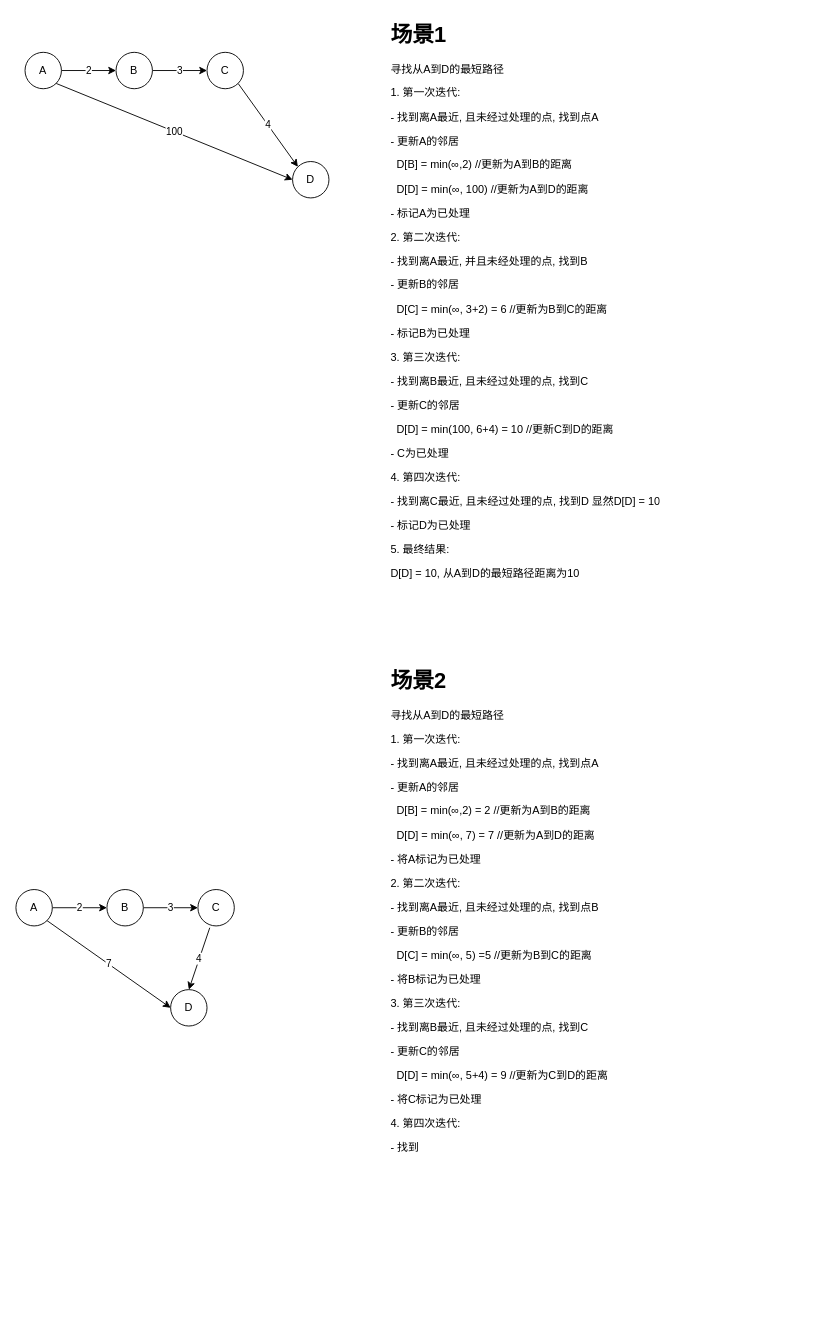
yuhang9580/drawio keeps this draw.io diagram as graph.drawio. Above is the earlier version. Source tidied: cells renumbered, new cells numbered last; positions are measured from the earlier drawing's top-left corner, leaving out a move shared by most shapes. Both pictures are drawn from the tidied source at 91%, with x=0, y=0 at pixel (15, 15).
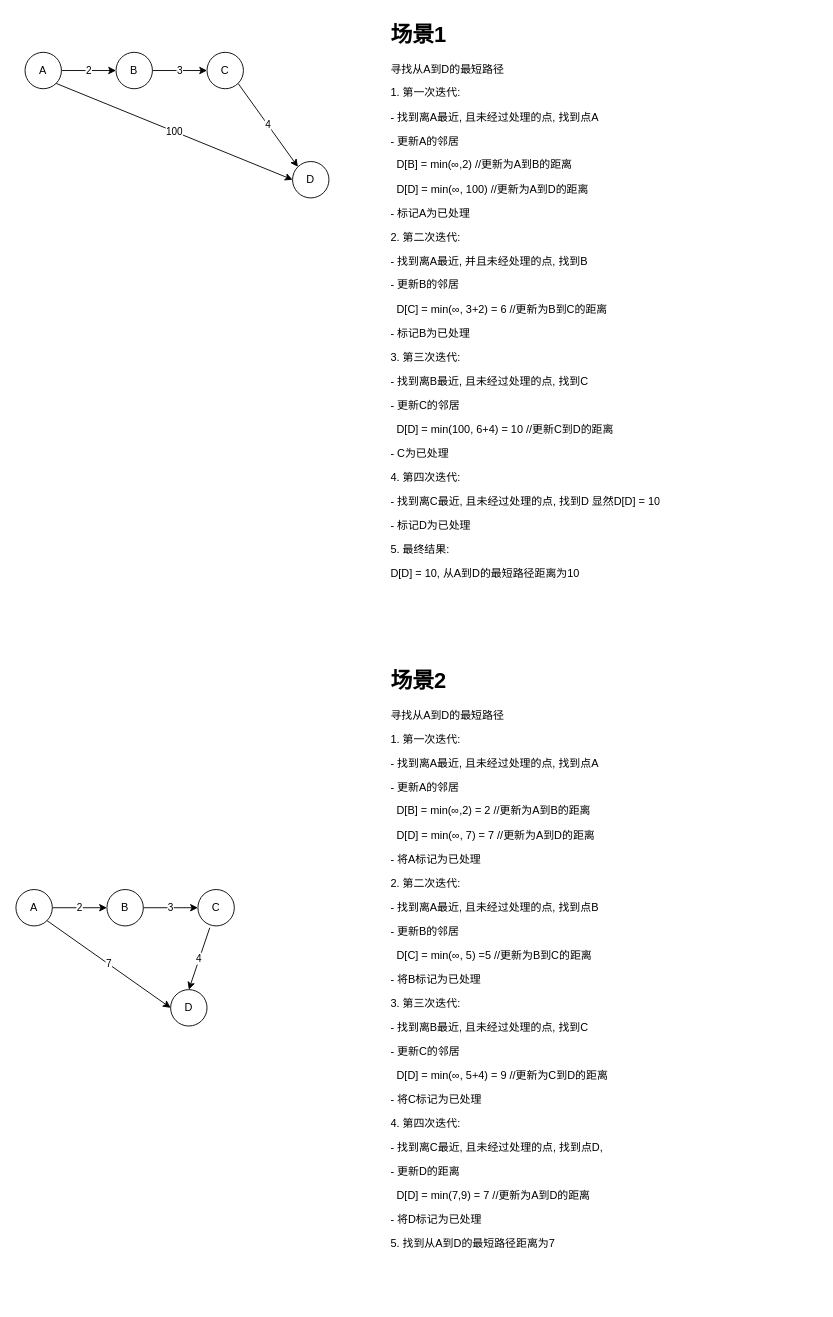
The same page after the edit.

Diff of the diagram source:
```diff
@@
 <mxGraphModel>
   <root>
     <mxCell id="0" />
     <mxCell id="1" parent="0" />
     <mxCell id="2" value="2" style="edgeStyle=none;rounded=0;jettySize=auto;html=1;exitX=1;exitY=0.5;exitDx=0;exitDy=0;" parent="1" edge="1" source="4" target="6">
       <mxGeometry relative="1" as="geometry" />
     </mxCell>
     <mxCell id="3" value="100" style="edgeStyle=none;rounded=0;jettySize=auto;html=1;exitX=1;exitY=1;exitDx=0;exitDy=0;entryX=0;entryY=0.5;entryDx=0;entryDy=0;" parent="1" edge="1" source="4" target="9">
       <mxGeometry relative="1" as="geometry" />
     </mxCell>
     <mxCell id="4" value="A" style="ellipse;whiteSpace=wrap;html=1;" parent="1" vertex="1">
       <mxGeometry x="10" y="40" width="40" height="40" as="geometry" />
     </mxCell>
     <mxCell id="5" value="3" style="edgeStyle=none;rounded=0;jettySize=auto;html=1;exitX=1;exitY=0.5;exitDx=0;exitDy=0;entryX=0;entryY=0.5;entryDx=0;entryDy=0;" parent="1" edge="1" source="6" target="8">
       <mxGeometry relative="1" as="geometry" />
     </mxCell>
     <mxCell id="6" value="B" style="ellipse;whiteSpace=wrap;html=1;" parent="1" vertex="1">
       <mxGeometry x="110" y="40" width="40" height="40" as="geometry" />
     </mxCell>
     <mxCell id="7" value="4" style="edgeStyle=none;rounded=0;jettySize=auto;html=1;exitX=1;exitY=1;exitDx=0;exitDy=0;entryX=0;entryY=0;entryDx=0;entryDy=0;" parent="1" edge="1" source="8" target="9">
       <mxGeometry relative="1" as="geometry" />
     </mxCell>
     <mxCell id="8" value="C" style="ellipse;whiteSpace=wrap;html=1;" parent="1" vertex="1">
       <mxGeometry x="210" y="40" width="40" height="40" as="geometry" />
     </mxCell>
     <mxCell id="9" value="D" style="ellipse;whiteSpace=wrap;html=1;" parent="1" vertex="1">
       <mxGeometry x="304" y="160" width="40" height="40" as="geometry" />
     </mxCell>
     <mxCell id="10" value="&lt;h1 style=&quot;margin-top: 0px;&quot;&gt;场景1&lt;/h1&gt;&lt;p&gt;寻找从A到D的最短路径&lt;/p&gt;&lt;p&gt;1. 第一次迭代:&lt;/p&gt;&lt;p&gt;- 找到离A最近, 且未经过处理的点, 找到点A&lt;/p&gt;&lt;p&gt;- 更新A的邻居&lt;/p&gt;&lt;p&gt;&amp;nbsp; D[B] = min(∞,2) //更新为A到B的距离&lt;/p&gt;&lt;p&gt;&amp;nbsp; D[D] = min(∞, 100) //更新为A到D的距离&lt;/p&gt;&lt;p&gt;- 标记A为已处理&lt;/p&gt;&lt;p&gt;2. 第二次迭代:&lt;/p&gt;&lt;p&gt;- 找到离A最近, 并且未经处理的点, 找到B&lt;/p&gt;&lt;p&gt;- 更新B的邻居&lt;/p&gt;&lt;p&gt;&amp;nbsp; D[C] = min(∞, 3+2) = 6 //更新为B到C的距离&lt;/p&gt;&lt;p&gt;- 标记B为已处理&lt;/p&gt;&lt;p&gt;3. 第三次迭代:&lt;/p&gt;&lt;p&gt;- 找到离B最近, 且未经过处理的点, 找到C&lt;/p&gt;&lt;p&gt;- 更新C的邻居&lt;/p&gt;&lt;p&gt;&amp;nbsp; D[D] = min(100, 6+4) = 10 //更新C到D的距离&lt;/p&gt;&lt;p&gt;- C为已处理&lt;/p&gt;&lt;p&gt;4. 第四次迭代:&lt;/p&gt;&lt;p&gt;- 找到离C最近, 且未经过处理的点, 找到D 显然D[D] = 10&lt;/p&gt;&lt;p&gt;- 标记D为已处理&lt;/p&gt;&lt;p&gt;5. 最终结果:&lt;/p&gt;&lt;p&gt;D[D] = 10, 从A到D的最短路径距离为10&lt;/p&gt;&lt;p&gt;&lt;br&gt;&lt;/p&gt;" style="text;html=1;whiteSpace=wrap;overflow=hidden;rounded=0;" parent="1" vertex="1">
       <mxGeometry x="410" width="470" height="640" as="geometry" />
     </mxCell>
     <mxCell id="11" value="2" style="edgeStyle=none;rounded=0;jettySize=auto;html=1;" parent="1" edge="1" source="13" target="15">
       <mxGeometry relative="1" as="geometry" />
     </mxCell>
     <mxCell id="12" value="7" style="edgeStyle=none;rounded=0;jettySize=auto;html=1;exitX=1;exitY=1;exitDx=0;exitDy=0;entryX=0;entryY=0.5;entryDx=0;entryDy=0;" parent="1" edge="1" source="13" target="18">
       <mxGeometry relative="1" as="geometry" />
     </mxCell>
     <mxCell id="13" value="A" style="ellipse;whiteSpace=wrap;html=1;" parent="1" vertex="1">
       <mxGeometry y="960" width="40" height="40" as="geometry" />
     </mxCell>
     <mxCell id="14" value="3" style="edgeStyle=none;rounded=0;jettySize=auto;html=1;" parent="1" edge="1" source="15" target="17">
       <mxGeometry relative="1" as="geometry" />
     </mxCell>
     <mxCell id="15" value="B" style="ellipse;whiteSpace=wrap;html=1;" parent="1" vertex="1">
       <mxGeometry x="100" y="960" width="40" height="40" as="geometry" />
     </mxCell>
     <mxCell id="16" value="4" style="edgeStyle=none;rounded=0;jettySize=auto;html=1;exitX=0.325;exitY=1.05;exitDx=0;exitDy=0;entryX=0.5;entryY=0;entryDx=0;entryDy=0;exitPerimeter=0;" parent="1" edge="1" source="17" target="18">
       <mxGeometry relative="1" as="geometry" />
     </mxCell>
     <mxCell id="17" value="C" style="ellipse;whiteSpace=wrap;html=1;" parent="1" vertex="1">
       <mxGeometry x="200" y="960" width="40" height="40" as="geometry" />
     </mxCell>
     <mxCell id="18" value="D" style="ellipse;whiteSpace=wrap;html=1;" parent="1" vertex="1">
       <mxGeometry x="170" y="1070" width="40" height="40" as="geometry" />
     </mxCell>
-    <mxCell id="19" value="&lt;h1 style=&quot;margin-top: 0px;&quot;&gt;场景2&lt;/h1&gt;&lt;p&gt;寻找从A到D的最短路径&lt;/p&gt;&lt;p&gt;1. 第一次迭代:&lt;/p&gt;&lt;p&gt;- 找到离A最近, 且未经过处理的点, 找到点A&lt;/p&gt;&lt;p&gt;- 更新A的邻居&lt;/p&gt;&lt;p&gt;&amp;nbsp; D[B] = min(∞,2) = 2 //更新为A到B的距离&lt;/p&gt;&lt;p&gt;&amp;nbsp; D[D] = min(∞, 7) = 7 //更新为A到D的距离&lt;/p&gt;&lt;p&gt;- 将A标记为已处理&lt;/p&gt;&lt;p&gt;2. 第二次迭代:&lt;/p&gt;&lt;p&gt;- 找到离A最近, 且未经过处理的点, 找到点B&lt;/p&gt;&lt;p&gt;- 更新B的邻居&lt;/p&gt;&lt;p&gt;&amp;nbsp; D[C] = min(∞, 5) =5 //更新为B到C的距离&lt;/p&gt;&lt;p&gt;- 将B标记为已处理&lt;/p&gt;&lt;p&gt;3. 第三次迭代:&lt;/p&gt;&lt;p&gt;- 找到离B最近, 且未经过处理的点, 找到C&lt;/p&gt;&lt;p&gt;- 更新C的邻居&lt;/p&gt;&lt;p&gt;&amp;nbsp; D[D] = min(∞, 5+4) = 9 //更新为C到D的距离&lt;/p&gt;&lt;p&gt;- 将C标记为已处理&lt;/p&gt;&lt;p&gt;4. 第四次迭代:&lt;/p&gt;&lt;p&gt;- 找到&lt;/p&gt;&lt;p&gt;&lt;br&gt;&lt;/p&gt;" style="text;html=1;whiteSpace=wrap;overflow=hidden;rounded=0;" parent="1" vertex="1">
-      <mxGeometry x="410" y="710" width="470" height="640" as="geometry" />
+    <mxCell id="19" value="&lt;h1 style=&quot;margin-top: 0px;&quot;&gt;场景2&lt;/h1&gt;&lt;p&gt;寻找从A到D的最短路径&lt;/p&gt;&lt;p&gt;1. 第一次迭代:&lt;/p&gt;&lt;p&gt;- 找到离A最近, 且未经过处理的点, 找到点A&lt;/p&gt;&lt;p&gt;- 更新A的邻居&lt;/p&gt;&lt;p&gt;&amp;nbsp; D[B] = min(∞,2) = 2 //更新为A到B的距离&lt;/p&gt;&lt;p&gt;&amp;nbsp; D[D] = min(∞, 7) = 7 //更新为A到D的距离&lt;/p&gt;&lt;p&gt;- 将A标记为已处理&lt;/p&gt;&lt;p&gt;2. 第二次迭代:&lt;/p&gt;&lt;p&gt;- 找到离A最近, 且未经过处理的点, 找到点B&lt;/p&gt;&lt;p&gt;- 更新B的邻居&lt;/p&gt;&lt;p&gt;&amp;nbsp; D[C] = min(∞, 5) =5 //更新为B到C的距离&lt;/p&gt;&lt;p&gt;- 将B标记为已处理&lt;/p&gt;&lt;p&gt;3. 第三次迭代:&lt;/p&gt;&lt;p&gt;- 找到离B最近, 且未经过处理的点, 找到C&lt;/p&gt;&lt;p&gt;- 更新C的邻居&lt;/p&gt;&lt;p&gt;&amp;nbsp; D[D] = min(∞, 5+4) = 9 //更新为C到D的距离&lt;/p&gt;&lt;p&gt;- 将C标记为已处理&lt;/p&gt;&lt;p&gt;4. 第四次迭代:&lt;/p&gt;&lt;p&gt;- 找到离C最近, 且未经过处理的点, 找到点D,&lt;/p&gt;&lt;p&gt;- 更新D的距离&lt;/p&gt;&lt;p&gt;&amp;nbsp; D[D] = min(7,9) = 7 //更新为A到D的距离&lt;/p&gt;&lt;p&gt;- 将D标记为已处理&lt;/p&gt;&lt;p&gt;5. 找到从A到D的最短路径距离为7&lt;/p&gt;&lt;p&gt;&lt;br&gt;&lt;/p&gt;" style="text;html=1;whiteSpace=wrap;overflow=hidden;rounded=0;" parent="1" vertex="1">
+      <mxGeometry x="410" y="710" width="470" height="700" as="geometry" />
     </mxCell>
   </root>
 </mxGraphModel>
```
